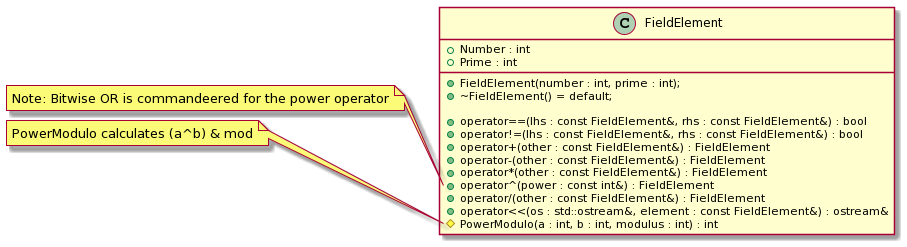
Earlier version of the PlantUML export bitcoin/docs/FieldElement.png (joshualaney23/bitcoin). Source of this version:
```plantuml
@startuml
class FieldElement
{
    + FieldElement(number : int, prime : int);
    + ~FieldElement() = default;

    + operator==(lhs : const FieldElement&, rhs : const FieldElement&) : bool
    + operator!=(lhs : const FieldElement&, rhs : const FieldElement&) : bool
    + operator+(other : const FieldElement&) : FieldElement
    + operator-(other : const FieldElement&) : FieldElement
    + operator*(other : const FieldElement&) : FieldElement
    + operator^(power : const int&) : FieldElement
    + operator/(other : const FieldElement&) : FieldElement
    + operator<<(os : std::ostream&, element : const FieldElement&) : ostream&

    + Number : int
    + Prime : int

    # PowerModulo(a : int, b : int, modulus : int) : int
}
note left of FieldElement::operator^
    Note: Bitwise OR is commandeered for the power operator
end note
note left of FieldElement::PowerModulo
    PowerModulo calculates (a^b) & mod
end note
@enduml
```
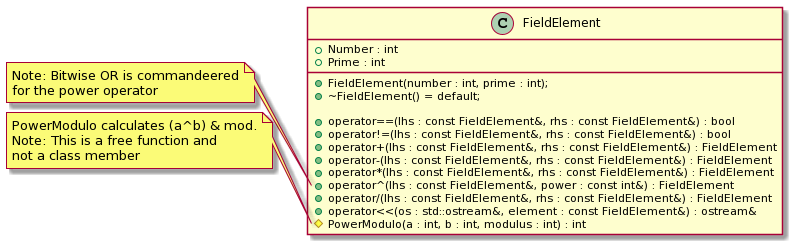
Above is the later version.

What changed in the source:
```diff
@@ -6,11 +6,11 @@
 
     + operator==(lhs : const FieldElement&, rhs : const FieldElement&) : bool
     + operator!=(lhs : const FieldElement&, rhs : const FieldElement&) : bool
-    + operator+(other : const FieldElement&) : FieldElement
-    + operator-(other : const FieldElement&) : FieldElement
-    + operator*(other : const FieldElement&) : FieldElement
-    + operator^(power : const int&) : FieldElement
-    + operator/(other : const FieldElement&) : FieldElement
+    + operator+(lhs : const FieldElement&, rhs : const FieldElement&) : FieldElement
+    + operator-(lhs : const FieldElement&, rhs : const FieldElement&) : FieldElement
+    + operator*(lhs : const FieldElement&, rhs : const FieldElement&) : FieldElement
+    + operator^(lhs : const FieldElement&, power : const int&) : FieldElement
+    + operator/(lhs : const FieldElement&, rhs : const FieldElement&) : FieldElement
     + operator<<(os : std::ostream&, element : const FieldElement&) : ostream&
 
     + Number : int
@@ -19,9 +19,12 @@
     # PowerModulo(a : int, b : int, modulus : int) : int
 }
 note left of FieldElement::operator^
-    Note: Bitwise OR is commandeered for the power operator
+    Note: Bitwise OR is commandeered
+    for the power operator
 end note
 note left of FieldElement::PowerModulo
-    PowerModulo calculates (a^b) & mod
+    PowerModulo calculates (a^b) & mod.
+    Note: This is a free function and
+    not a class member
 end note
 @enduml
```
